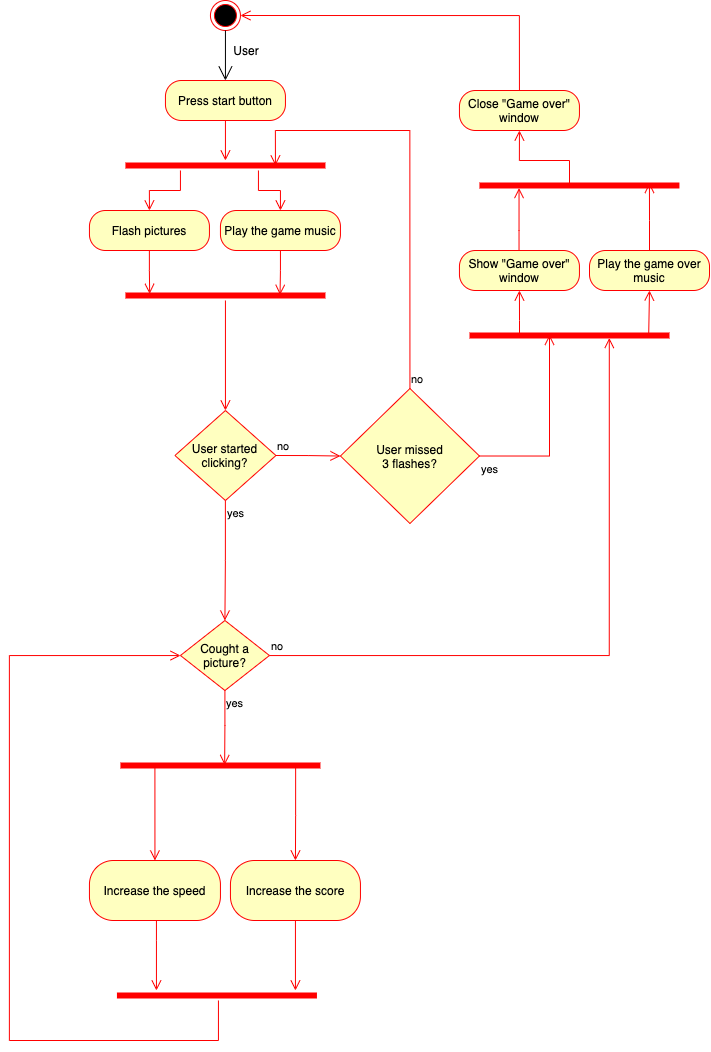
HeliHaavisto/diagrams keeps this draw.io diagram as Activity.png. Above is the earlier version. Source tidied: cells renumbered, new cells last; positions are measured from the earlier drawing's top-left corner, leaving out a move shared by most shapes.
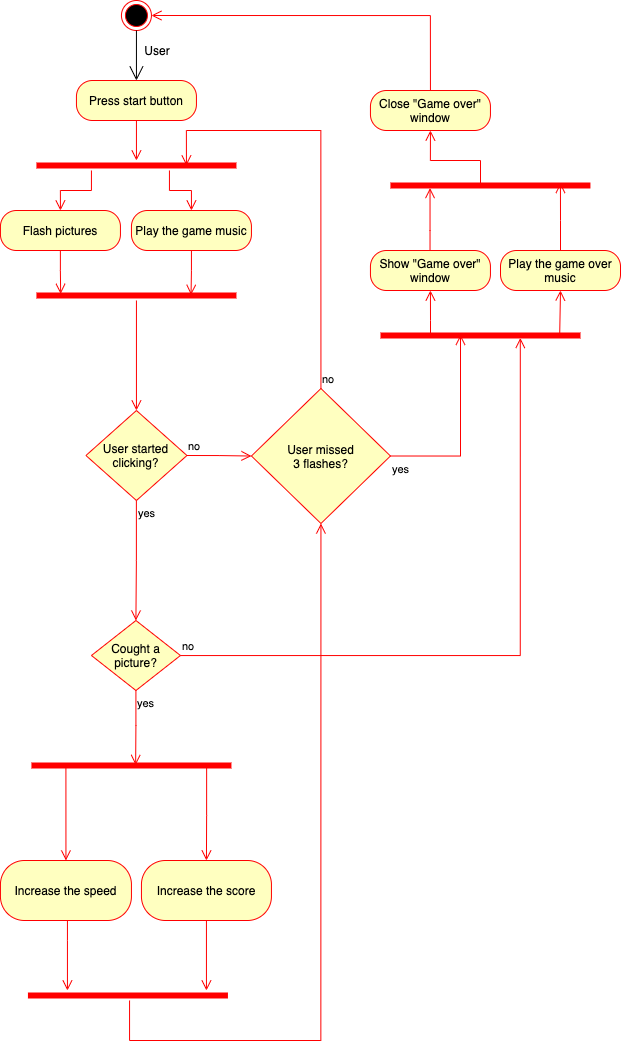
Later version of the same file.

What changed in the source:
```diff
@@ -69,12 +69,11 @@
     <mxCell id="19" style="shape=line;html=1;strokeWidth=6;strokeColor=#ff0000;" parent="1" vertex="1">
       <mxGeometry x="107.4" y="990" width="200" height="10" as="geometry" />
     </mxCell>
-    <mxCell id="20" style="edgeStyle=orthogonalEdgeStyle;html=1;verticalAlign=bottom;endArrow=open;endSize=8;strokeColor=#ff0000;rounded=0;" parent="1" edge="1" source="19" target="23">
+    <mxCell id="20" style="edgeStyle=orthogonalEdgeStyle;html=1;verticalAlign=bottom;endArrow=open;endSize=8;strokeColor=#ff0000;rounded=0;entryX=0.5;entryY=1;entryDx=0;entryDy=0;" parent="1" edge="1" source="19" target="35">
       <mxGeometry relative="1" as="geometry">
         <Array as="points">
-          <mxPoint x="208.9" y="1040" />
-          <mxPoint x="-0.1" y="1040" />
-          <mxPoint x="-0.1" y="655" />
+          <mxPoint x="209" y="1040" />
+          <mxPoint x="400" y="1040" />
         </Array>
       </mxGeometry>
     </mxCell>
```
